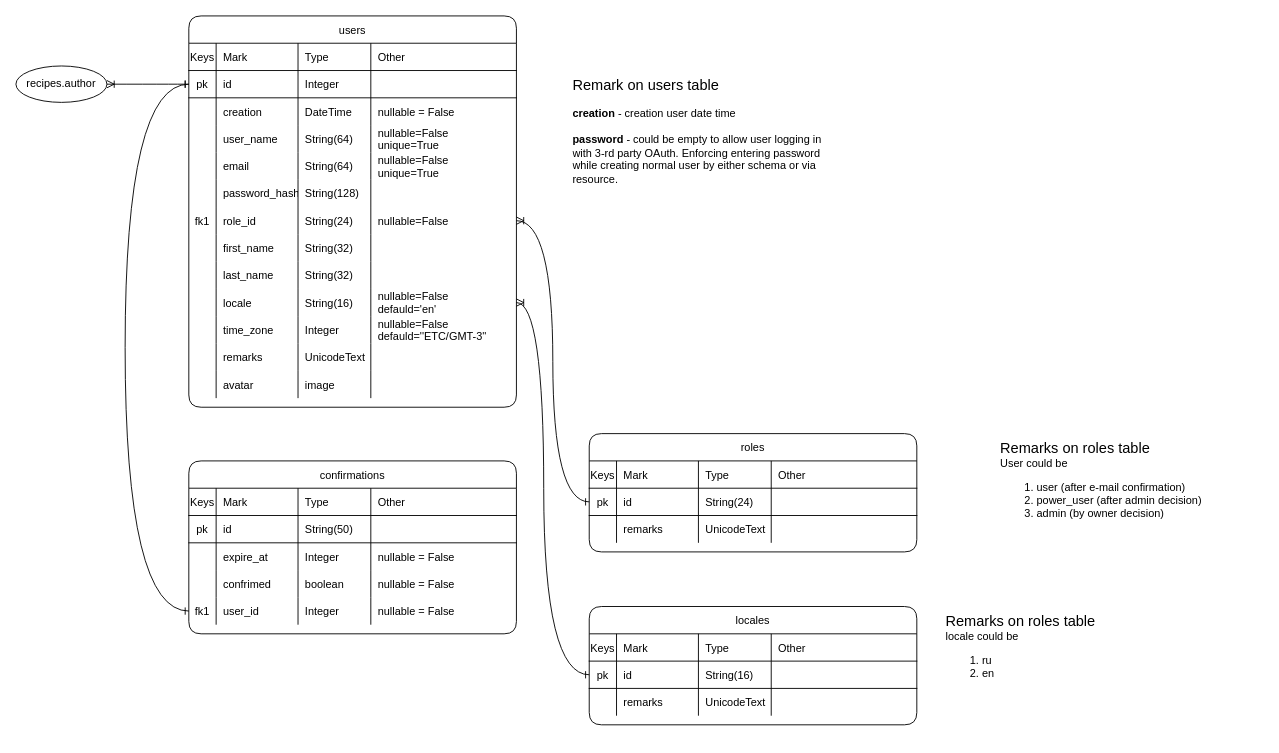
The draw.io diagram page "User tables" (3 of 9) of market-coffee.drawio in Sergey190309/220415-market-caffee, before the edit. Source tidied: cells renumbered, new cells numbered last; positions are measured from the earlier drawing's top-left corner, leaving out a move shared by most shapes. Both pictures are drawn from the tidied source at 91%, with x=0, y=0 at pixel (15, 15).
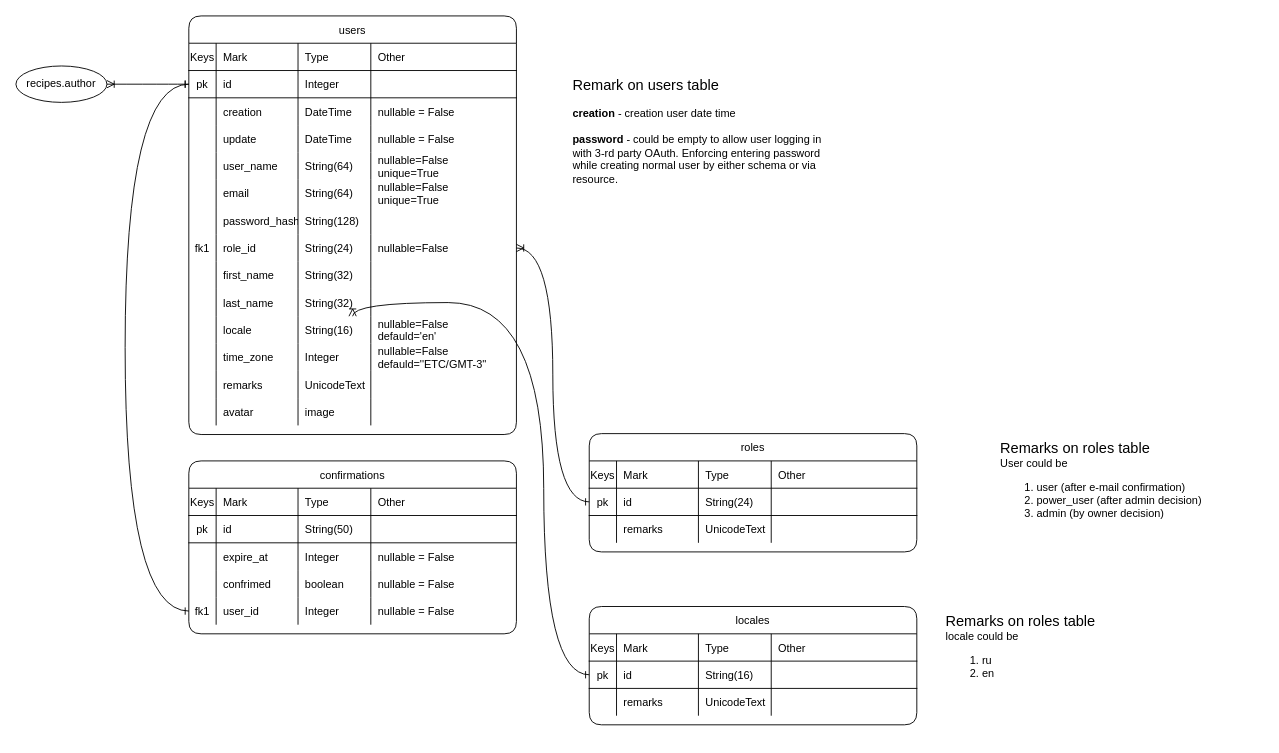
The same diagram, later.

What changed in the source:
```diff
@@
     <mxCell id="6" value="users" style="shape=table;startSize=30;childLayout=tableLayout;rowLines=0;fontStyle=0;align=center;shadow=0;labelBackgroundColor=none;strokeWidth=1;fontColor=#000000;rounded=1;" parent="2" vertex="1">
-      <mxGeometry x="190" width="360" height="430" as="geometry" />
+      <mxGeometry x="190" width="360" height="460" as="geometry" />
     </mxCell>
@@
+    <mxCell id="136" style="shape=partialRectangle;fillColor=none;top=0;left=0;bottom=0;right=0;rounded=1;" parent="6" vertex="1">
+      <mxGeometry y="120" width="360" height="30" as="geometry" />
+    </mxCell>
+    <mxCell id="137" style="shape=partialRectangle;fillColor=none;top=0;left=0;bottom=0;right=0;overflow=hidden;rounded=1;" parent="136" vertex="1">
+      <mxGeometry width="30" height="30" as="geometry" />
+    </mxCell>
+    <mxCell id="138" value="update" style="shape=partialRectangle;fillColor=none;top=0;left=0;bottom=0;right=0;align=left;spacingLeft=6;overflow=hidden;rounded=1;" parent="136" vertex="1">
+      <mxGeometry x="30" width="90" height="30" as="geometry" />
+    </mxCell>
+    <mxCell id="139" value="DateTime" style="shape=partialRectangle;fillColor=none;top=0;left=0;bottom=0;right=0;align=left;spacingLeft=6;overflow=hidden;rounded=1;" parent="136" vertex="1">
+      <mxGeometry x="120" width="80" height="30" as="geometry" />
+    </mxCell>
+    <mxCell id="140" value="nullable = False" style="shape=partialRectangle;fillColor=none;top=0;left=0;bottom=0;right=0;align=left;spacingLeft=6;overflow=hidden;rounded=1;" parent="136" vertex="1">
+      <mxGeometry x="200" width="160" height="30" as="geometry" />
+    </mxCell>
     <mxCell id="22" style="shape=partialRectangle;fillColor=none;top=0;left=0;bottom=0;right=0;rounded=1;" parent="6" vertex="1">
-      <mxGeometry y="120" width="360" height="30" as="geometry" />
+      <mxGeometry y="150" width="360" height="30" as="geometry" />
     </mxCell>
@@
     <mxCell id="27" style="shape=partialRectangle;fillColor=none;top=0;left=0;bottom=0;right=0;rounded=1;" parent="6" vertex="1">
-      <mxGeometry y="150" width="360" height="30" as="geometry" />
+      <mxGeometry y="180" width="360" height="30" as="geometry" />
     </mxCell>
@@
     <mxCell id="32" style="shape=partialRectangle;fillColor=none;top=0;left=0;bottom=0;right=0;rounded=1;" parent="6" vertex="1">
-      <mxGeometry y="180" width="360" height="30" as="geometry" />
+      <mxGeometry y="210" width="360" height="30" as="geometry" />
     </mxCell>
@@
     <mxCell id="37" style="shape=partialRectangle;fillColor=none;top=0;left=0;bottom=0;right=0;points=[[0,0.5],[1,0.5]];portConstraint=eastwest;rounded=1;" parent="6" vertex="1">
-      <mxGeometry y="210" width="360" height="30" as="geometry" />
+      <mxGeometry y="240" width="360" height="30" as="geometry" />
     </mxCell>
@@
     <mxCell id="42" style="shape=partialRectangle;fillColor=none;top=0;left=0;bottom=0;right=0;rounded=1;" parent="6" vertex="1">
-      <mxGeometry y="240" width="360" height="30" as="geometry" />
+      <mxGeometry y="270" width="360" height="30" as="geometry" />
     </mxCell>
@@
     <mxCell id="47" style="shape=partialRectangle;fillColor=none;top=0;left=0;bottom=0;right=0;rounded=1;" parent="6" vertex="1">
-      <mxGeometry y="270" width="360" height="30" as="geometry" />
+      <mxGeometry y="300" width="360" height="30" as="geometry" />
     </mxCell>
@@
     <mxCell id="52" style="shape=partialRectangle;fillColor=none;top=0;left=0;bottom=0;right=0;points=[[0,0.5],[1,0.5]];portConstraint=eastwest;rounded=1;" parent="6" vertex="1">
-      <mxGeometry y="300" width="360" height="30" as="geometry" />
+      <mxGeometry y="330" width="360" height="30" as="geometry" />
     </mxCell>
@@
     <mxCell id="57" style="shape=partialRectangle;fillColor=none;top=0;left=0;bottom=0;right=0;rounded=1;" parent="6" vertex="1">
-      <mxGeometry y="330" width="360" height="30" as="geometry" />
+      <mxGeometry y="360" width="360" height="30" as="geometry" />
     </mxCell>
@@
     <mxCell id="62" style="shape=partialRectangle;fillColor=none;top=0;left=0;bottom=0;right=0;rounded=1;" parent="6" vertex="1">
-      <mxGeometry y="360" width="360" height="30" as="geometry" />
+      <mxGeometry y="390" width="360" height="30" as="geometry" />
     </mxCell>
@@
     <mxCell id="67" style="shape=partialRectangle;fillColor=none;top=0;left=0;bottom=0;right=0;rounded=1;" parent="6" vertex="1">
-      <mxGeometry y="390" width="360" height="30" as="geometry" />
+      <mxGeometry y="420" width="360" height="30" as="geometry" />
     </mxCell>
```
